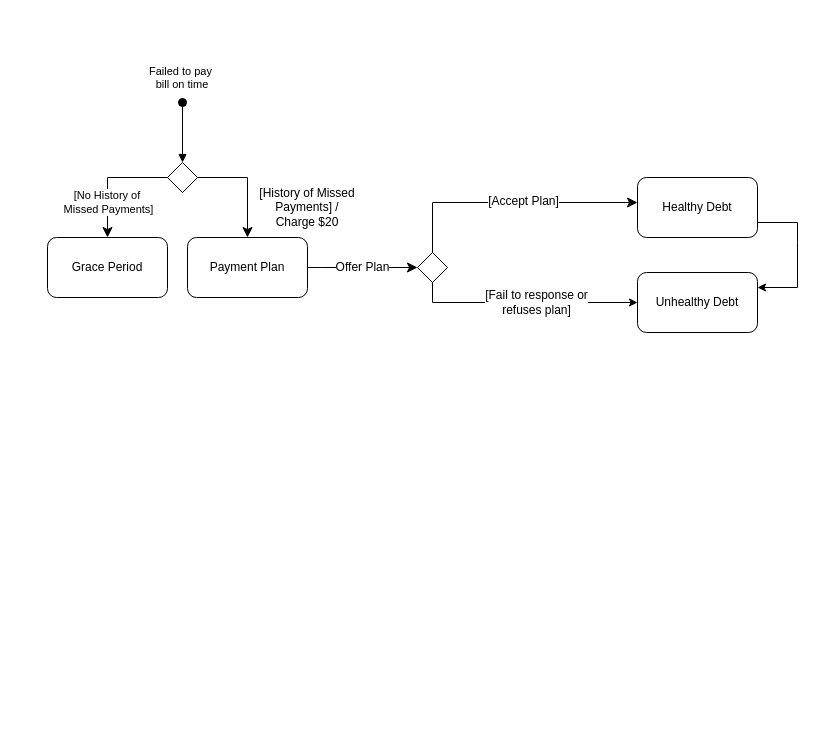
Earlier version of the draw.io diagram page "Page-2" (2 of 2) of workshop6_week7.drawio (antonykimuom/SWEN30006-2025-SM1-workshop1-tuew05-14-00-team-12). Source tidied: cells renumbered, new cells numbered last; positions are measured from the earlier drawing's top-left corner, leaving out a move shared by most shapes. Both pictures are drawn from the tidied source at 100%, with x=0, y=0 at pixel (47, 62).
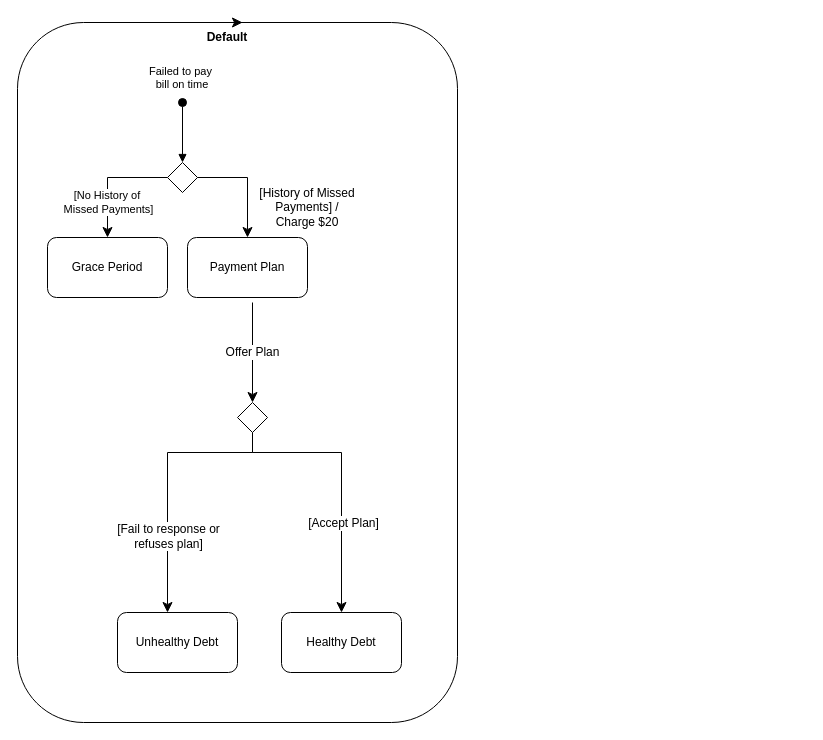
The same diagram, later.

The change refers to these unchanged cells:
```xml
<mxCell id="3" value="Payment Plan" style="rounded=1;whiteSpace=wrap;html=1;" parent="1" vertex="1">
  <mxGeometry x="140" y="175" width="120" height="60" as="geometry" />
</mxCell>
```

Change to the diagram source:
```diff
@@
-    <mxCell id="2" value="Offer Plan" style="edgeStyle=none;curved=1;rounded=0;jettySize=auto;html=1;fontSize=12;startSize=8;endSize=8;" parent="1" edge="1" source="3" target="8">
-      <mxGeometry relative="1" as="geometry" />
+    <mxCell id="2" value="Offer Plan" style="rounded=0;jettySize=auto;html=1;fontSize=12;startSize=8;endSize=8;" parent="1" edge="1" target="8">
+      <mxGeometry relative="1" as="geometry">
+        <mxPoint x="205" y="240" as="sourcePoint" />
+      </mxGeometry>
     </mxCell>
@@
     <mxCell id="4" value="Healthy Debt" style="rounded=1;whiteSpace=wrap;html=1;" parent="1" vertex="1">
-      <mxGeometry x="590" y="115" width="120" height="60" as="geometry" />
+      <mxGeometry x="234" y="550" width="120" height="60" as="geometry" />
     </mxCell>
     <mxCell id="5" value="Unhealthy Debt" style="rounded=1;whiteSpace=wrap;html=1;" parent="1" vertex="1">
-      <mxGeometry x="590" y="210" width="120" height="60" as="geometry" />
+      <mxGeometry x="70" y="550" width="120" height="60" as="geometry" />
     </mxCell>
     <mxCell id="6" style="edgeStyle=orthogonalEdgeStyle;rounded=0;jettySize=auto;html=1;fontSize=12;startSize=8;endSize=8;" parent="1" edge="1" source="8" target="4">
       <mxGeometry relative="1" as="geometry">
         <Array as="points">
-          <mxPoint x="385" y="140" />
+          <mxPoint x="205" y="390" />
+          <mxPoint x="294" y="390" />
         </Array>
       </mxGeometry>
     </mxCell>
     <mxCell id="7" value="[Accept Plan]" style="edgeLabel;html=1;align=center;verticalAlign=middle;fontSize=12;" parent="6" vertex="1">
       <mxGeometry x="-0.28" y="2" relative="1" as="geometry">
-        <mxPoint x="48" as="offset" />
+        <mxPoint x="13" y="72" as="offset" />
       </mxGeometry>
     </mxCell>
+    <mxCell id="10" style="edgeStyle=orthogonalEdgeStyle;rounded=0;jettySize=auto;html=1;fontSize=12;startSize=8;endSize=8;" parent="1" edge="1" source="8" target="5">
+      <mxGeometry relative="1" as="geometry">
+        <Array as="points">
+          <mxPoint x="205" y="390" />
+          <mxPoint x="120" y="390" />
+        </Array>
+      </mxGeometry>
+    </mxCell>
+    <mxCell id="11" value="[Fail to response or&lt;div&gt;refuses plan]&lt;/div&gt;" style="edgeLabel;html=1;align=center;verticalAlign=middle;fontSize=12;" parent="10" vertex="1">
+      <mxGeometry x="0.42" y="-1" relative="1" as="geometry">
+        <mxPoint x="1" as="offset" />
+      </mxGeometry>
+    </mxCell>
     <mxCell id="8" style="rhombus;whiteSpace=wrap;html=1;" parent="1" vertex="1">
-      <mxGeometry x="370" y="190" width="30" height="30" as="geometry" />
+      <mxGeometry x="190" y="340" width="30" height="30" as="geometry" />
     </mxCell>
@@
-    <mxCell id="10" style="endArrow=classic;html=1;rounded=0;exitX=0.5;exitY=1;exitDx=0;exitDy=0;entryX=0;entryY=0.5;entryDx=0;entryDy=0;" parent="1" edge="1" source="8" target="5">
-      <mxGeometry relative="1" as="geometry">
-        <Array as="points">
-          <mxPoint x="385" y="240" />
-        </Array>
-      </mxGeometry>
-    </mxCell>
-    <mxCell id="11" value="[Fail to response or&lt;div&gt;refuses plan]&lt;/div&gt;" style="edgeLabel;html=1;align=center;verticalAlign=middle;fontSize=12;" parent="10" vertex="1">
-      <mxGeometry x="0.09" y="1" relative="1" as="geometry" />
-    </mxCell>
-    <mxCell id="12" style="endArrow=classic;html=1;rounded=0;exitX=1;exitY=0.75;exitDx=0;exitDy=0;entryX=1;entryY=0.25;entryDx=0;entryDy=0;" parent="1" edge="1" source="4" target="5">
-      <mxGeometry relative="1" as="geometry">
-        <Array as="points">
-          <mxPoint x="750" y="160" />
-          <mxPoint x="750" y="180" />
-          <mxPoint x="750" y="225" />
-        </Array>
-      </mxGeometry>
-    </mxCell>
@@
+    <mxCell id="20" style="rounded=1;whiteSpace=wrap;html=1;fillColor=none;" parent="1" vertex="1">
+      <mxGeometry x="-30" y="-40" width="440" height="700" as="geometry" />
+    </mxCell>
+    <mxCell id="21" value="&lt;b&gt;Default&lt;/b&gt;" style="text;html=1;align=center;verticalAlign=middle;whiteSpace=wrap;rounded=0;" parent="1" vertex="1">
+      <mxGeometry x="150" y="-40" width="60" height="30" as="geometry" />
+    </mxCell>
+    <mxCell id="22" style="edgeStyle=none;curved=1;rounded=0;orthogonalLoop=1;jettySize=auto;html=1;exitX=0.5;exitY=0;exitDx=0;exitDy=0;entryX=0.75;entryY=0;entryDx=0;entryDy=0;fontSize=12;startSize=8;endSize=8;" parent="1" edge="1" source="21" target="21">
+      <mxGeometry relative="1" as="geometry" />
+    </mxCell>
```
